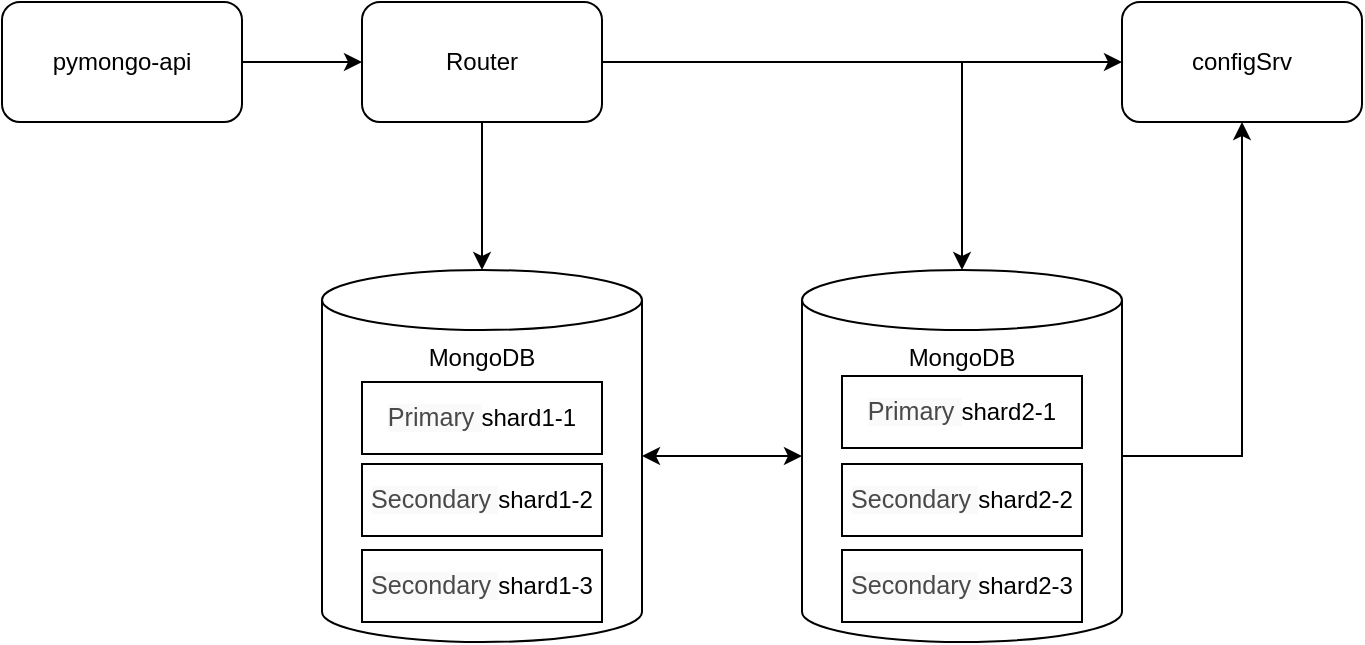
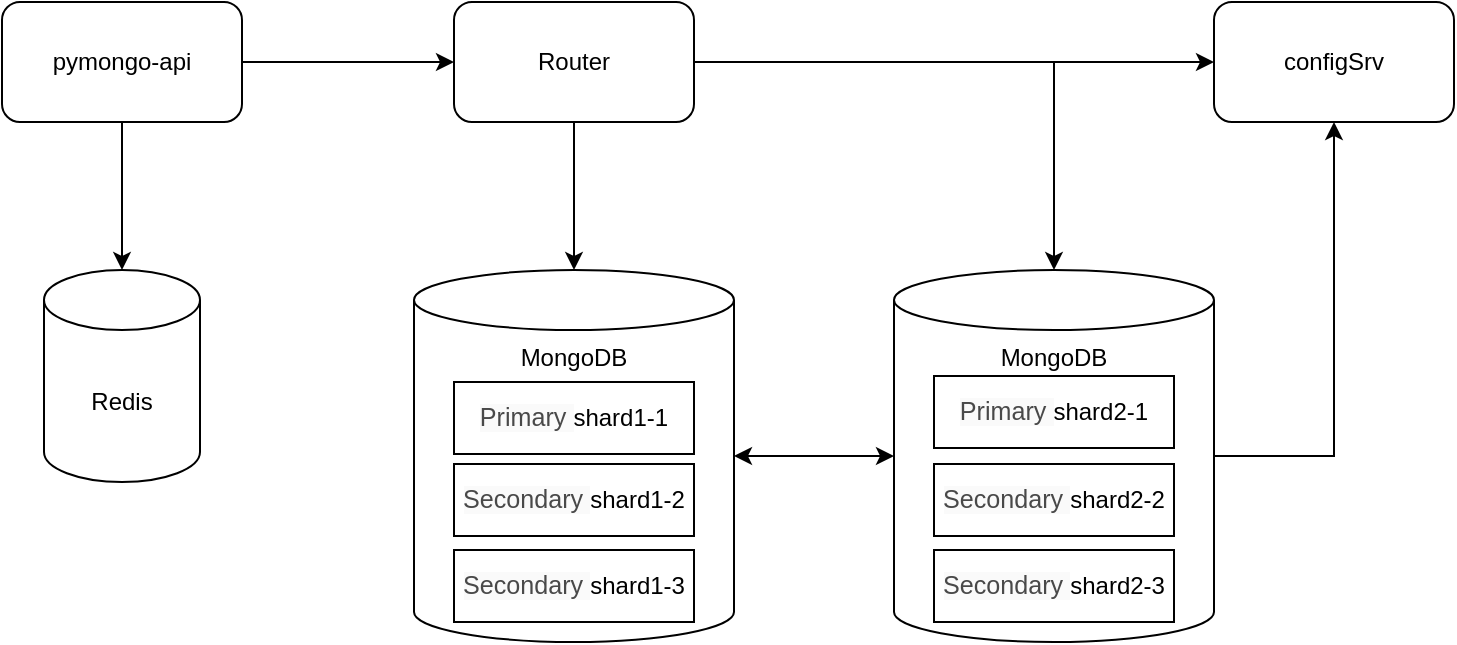
<mxfile host="app.diagrams.net" agent="Mozilla/5.0 (Macintosh; Intel Mac OS X 10_15_7) AppleWebKit/605.1.15 (KHTML, like Gecko) Version/18.5 Safari/605.1.15" version="27.1.6">
  <diagram name="Page-1" id="-H_mtQnk-PTXWXPvYvuk">
    <mxGraphModel dx="1018" dy="696" grid="0" gridSize="10" guides="1" tooltips="1" connect="1" arrows="1" fold="1" page="1" pageScale="1" pageWidth="1169" pageHeight="827" math="0" shadow="0">
      <root>
        <mxCell id="0" />
        <mxCell id="1" parent="0" />
        <mxCell id="tWGMZ3M52HPP_QXDfdmS-1" value="&lt;div style=&quot;text-align: left;&quot;&gt;MongoDB&lt;/div&gt;&lt;div&gt;&lt;div style=&quot;&quot;&gt;&lt;br&gt;&lt;/div&gt;&lt;/div&gt;" style="shape=cylinder3;whiteSpace=wrap;html=1;boundedLbl=1;backgroundOutline=1;size=15;flipV=0;flipH=0;verticalAlign=top;" parent="1" vertex="1">
          <mxGeometry x="460" y="414" width="160" height="186" as="geometry" />
        </mxCell>
        <mxCell id="tWGMZ3M52HPP_QXDfdmS-14" value="" style="edgeStyle=orthogonalEdgeStyle;rounded=0;orthogonalLoop=1;jettySize=auto;html=1;" parent="1" source="zA23MoTUsTF4_91t8viU-3" target="tWGMZ3M52HPP_QXDfdmS-5" edge="1">
          <mxGeometry relative="1" as="geometry" />
        </mxCell>
+         <mxCell id="rvkwCucdAWL0D3_kAxR9-10" value="" style="edgeStyle=orthogonalEdgeStyle;rounded=0;orthogonalLoop=1;jettySize=auto;html=1;" edge="1" parent="1" source="zA23MoTUsTF4_91t8viU-3" target="rvkwCucdAWL0D3_kAxR9-9">
+           <mxGeometry relative="1" as="geometry" />
+         </mxCell>
        <mxCell id="zA23MoTUsTF4_91t8viU-3" value="pymongo-api" style="rounded=1;whiteSpace=wrap;html=1;" parent="1" vertex="1">
-           <mxGeometry x="300" y="280" width="120" height="60" as="geometry" />
+           <mxGeometry x="254" y="280" width="120" height="60" as="geometry" />
        </mxCell>
        <mxCell id="tWGMZ3M52HPP_QXDfdmS-11" style="edgeStyle=orthogonalEdgeStyle;rounded=0;orthogonalLoop=1;jettySize=auto;html=1;entryX=0.5;entryY=1;entryDx=0;entryDy=0;" parent="1" target="tWGMZ3M52HPP_QXDfdmS-8" edge="1">
          <mxGeometry relative="1" as="geometry">
            <Array as="points">
              <mxPoint x="920" y="507" />
            </Array>
            <mxPoint x="860" y="507" as="sourcePoint" />
          </mxGeometry>
        </mxCell>
        <mxCell id="tWGMZ3M52HPP_QXDfdmS-6" value="" style="edgeStyle=orthogonalEdgeStyle;rounded=0;orthogonalLoop=1;jettySize=auto;html=1;" parent="1" source="tWGMZ3M52HPP_QXDfdmS-5" target="tWGMZ3M52HPP_QXDfdmS-1" edge="1">
          <mxGeometry relative="1" as="geometry" />
        </mxCell>
        <mxCell id="rvkwCucdAWL0D3_kAxR9-8" style="edgeStyle=orthogonalEdgeStyle;rounded=0;orthogonalLoop=1;jettySize=auto;html=1;entryX=0.5;entryY=0;entryDx=0;entryDy=0;entryPerimeter=0;" edge="1" parent="1" source="tWGMZ3M52HPP_QXDfdmS-5" target="rvkwCucdAWL0D3_kAxR9-4">
          <mxGeometry relative="1" as="geometry">
            <mxPoint x="744" y="374" as="targetPoint" />
          </mxGeometry>
        </mxCell>
        <mxCell id="tWGMZ3M52HPP_QXDfdmS-5" value="Router" style="rounded=1;whiteSpace=wrap;html=1;" parent="1" vertex="1">
          <mxGeometry x="480" y="280" width="120" height="60" as="geometry" />
        </mxCell>
        <mxCell id="tWGMZ3M52HPP_QXDfdmS-8" value="configSrv" style="rounded=1;whiteSpace=wrap;html=1;" parent="1" vertex="1">
          <mxGeometry x="860" y="280" width="120" height="60" as="geometry" />
        </mxCell>
        <mxCell id="tWGMZ3M52HPP_QXDfdmS-10" value="" style="endArrow=classic;startArrow=classic;html=1;rounded=0;exitX=1;exitY=0.5;exitDx=0;exitDy=0;exitPerimeter=0;entryX=0;entryY=0.5;entryDx=0;entryDy=0;entryPerimeter=0;" parent="1" source="tWGMZ3M52HPP_QXDfdmS-1" edge="1">
          <mxGeometry width="50" height="50" relative="1" as="geometry">
            <mxPoint x="500" y="390" as="sourcePoint" />
            <mxPoint x="700" y="507" as="targetPoint" />
          </mxGeometry>
        </mxCell>
        <mxCell id="tWGMZ3M52HPP_QXDfdmS-13" value="" style="endArrow=classic;html=1;rounded=0;entryX=0;entryY=0.5;entryDx=0;entryDy=0;" parent="1" target="tWGMZ3M52HPP_QXDfdmS-8" edge="1">
          <mxGeometry width="50" height="50" relative="1" as="geometry">
            <mxPoint x="780" y="310" as="sourcePoint" />
            <mxPoint x="550" y="340" as="targetPoint" />
          </mxGeometry>
        </mxCell>
        <mxCell id="rvkwCucdAWL0D3_kAxR9-1" value="&lt;div&gt;&lt;span style=&quot;caret-color: rgb(73, 73, 73); color: rgb(73, 73, 73); font-family: var(--ds-font-family-code); font-size: 12.573px; text-align: start; background-color: rgb(250, 250, 250);&quot;&gt;Secondary&amp;nbsp;&lt;/span&gt;shard1-3&lt;br&gt;&lt;/div&gt;" style="rounded=0;whiteSpace=wrap;html=1;" vertex="1" parent="1">
          <mxGeometry x="480" y="554" width="120" height="36" as="geometry" />
        </mxCell>
        <mxCell id="rvkwCucdAWL0D3_kAxR9-2" value="&lt;div&gt;&lt;span style=&quot;caret-color: rgb(73, 73, 73); color: rgb(73, 73, 73); font-family: var(--ds-font-family-code); font-size: 12.573px; text-align: start; background-color: rgb(250, 250, 250);&quot;&gt;Primary&amp;nbsp;&lt;/span&gt;shard1-1&lt;br&gt;&lt;/div&gt;" style="rounded=0;whiteSpace=wrap;html=1;" vertex="1" parent="1">
          <mxGeometry x="480" y="470" width="120" height="36" as="geometry" />
        </mxCell>
        <mxCell id="rvkwCucdAWL0D3_kAxR9-3" value="&lt;div&gt;&lt;span style=&quot;caret-color: rgb(73, 73, 73); color: rgb(73, 73, 73); font-family: var(--ds-font-family-code); font-size: 12.573px; text-align: start; background-color: rgb(250, 250, 250);&quot;&gt;Secondary&amp;nbsp;&lt;/span&gt;shard1-2&lt;br&gt;&lt;/div&gt;" style="rounded=0;whiteSpace=wrap;html=1;" vertex="1" parent="1">
          <mxGeometry x="480" y="511" width="120" height="36" as="geometry" />
        </mxCell>
        <mxCell id="rvkwCucdAWL0D3_kAxR9-4" value="&lt;div style=&quot;text-align: left;&quot;&gt;MongoDB&lt;/div&gt;&lt;div&gt;&lt;div style=&quot;&quot;&gt;&lt;br&gt;&lt;/div&gt;&lt;/div&gt;" style="shape=cylinder3;whiteSpace=wrap;html=1;boundedLbl=1;backgroundOutline=1;size=15;flipV=0;flipH=0;verticalAlign=top;" vertex="1" parent="1">
          <mxGeometry x="700" y="414" width="160" height="186" as="geometry" />
        </mxCell>
        <mxCell id="rvkwCucdAWL0D3_kAxR9-5" value="&lt;div&gt;&lt;span style=&quot;caret-color: rgb(73, 73, 73); color: rgb(73, 73, 73); font-family: var(--ds-font-family-code); font-size: 12.573px; text-align: start; background-color: rgb(250, 250, 250);&quot;&gt;Secondary&amp;nbsp;&lt;/span&gt;shard2-3&lt;br&gt;&lt;/div&gt;" style="rounded=0;whiteSpace=wrap;html=1;" vertex="1" parent="1">
          <mxGeometry x="720" y="554" width="120" height="36" as="geometry" />
        </mxCell>
        <mxCell id="rvkwCucdAWL0D3_kAxR9-6" value="&lt;div&gt;&lt;span style=&quot;caret-color: rgb(73, 73, 73); color: rgb(73, 73, 73); font-family: var(--ds-font-family-code); font-size: 12.573px; text-align: start; background-color: rgb(250, 250, 250);&quot;&gt;Primary&amp;nbsp;&lt;/span&gt;shard2-1&lt;br&gt;&lt;/div&gt;" style="rounded=0;whiteSpace=wrap;html=1;" vertex="1" parent="1">
          <mxGeometry x="720" y="467" width="120" height="36" as="geometry" />
        </mxCell>
        <mxCell id="rvkwCucdAWL0D3_kAxR9-7" value="&lt;div&gt;&lt;span style=&quot;caret-color: rgb(73, 73, 73); color: rgb(73, 73, 73); font-family: var(--ds-font-family-code); font-size: 12.573px; text-align: start; background-color: rgb(250, 250, 250);&quot;&gt;Secondary&amp;nbsp;&lt;/span&gt;shard2-2&lt;br&gt;&lt;/div&gt;" style="rounded=0;whiteSpace=wrap;html=1;" vertex="1" parent="1">
          <mxGeometry x="720" y="511" width="120" height="36" as="geometry" />
        </mxCell>
+         <mxCell id="rvkwCucdAWL0D3_kAxR9-9" value="Redis" style="shape=cylinder3;whiteSpace=wrap;html=1;boundedLbl=1;backgroundOutline=1;size=15;" vertex="1" parent="1">
+           <mxGeometry x="275" y="414" width="78" height="106" as="geometry" />
+         </mxCell>
      </root>
    </mxGraphModel>
  </diagram>
</mxfile>
